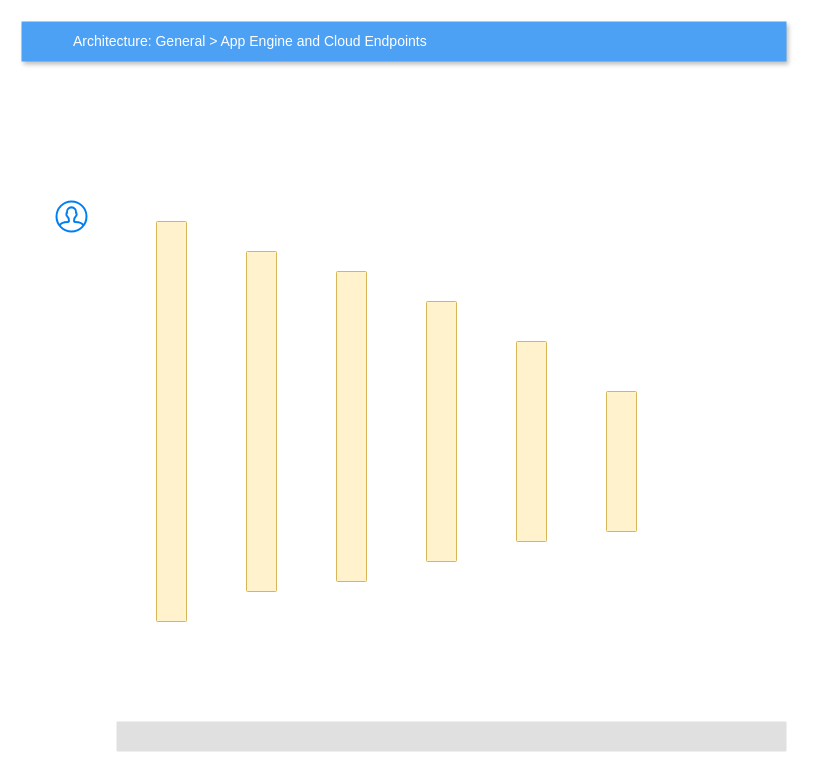
Above: Untitled Diagram.drawio in Roy123-jpg/Roy_code1 (draw.io), before the change. Source tidied: cells renumbered, new cells numbered last; positions are measured from the earlier drawing's top-left corner, leaving out a move shared by most shapes. Both pictures are drawn from the tidied source at 100%, with x=0, y=0 at pixel (21, 21).
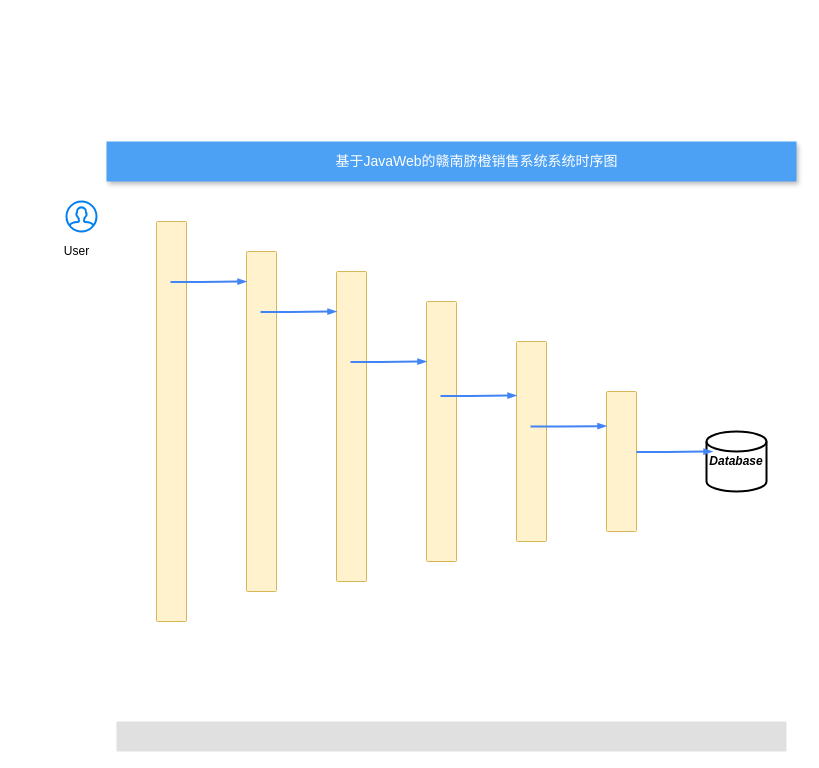
The same page after the edit.

Diff of the diagram source:
```diff
@@
-    <mxCell id="2" value="Architecture: General &amp;gt; App Engine and Cloud Endpoints" style="fillColor=#4DA1F5;strokeColor=none;shadow=1;gradientColor=none;fontSize=14;align=left;spacingLeft=50;fontColor=#ffffff;html=1;" parent="1" vertex="1">
-      <mxGeometry width="765" height="40" as="geometry" />
+    <mxCell id="2" value="基于JavaWeb的赣南脐橙销售系统系统时序图" style="fillColor=#4DA1F5;strokeColor=none;shadow=1;gradientColor=none;fontSize=14;align=center;spacingLeft=50;fontColor=#ffffff;html=1;" parent="1" vertex="1">
+      <mxGeometry x="85" y="120" width="690" height="40" as="geometry" />
     </mxCell>
@@
-    <mxCell id="10" style="html=1;verticalLabelPosition=bottom;align=center;labelBackgroundColor=#ffffff;verticalAlign=top;strokeWidth=2;strokeColor=#0080F0;shadow=0;dashed=0;shape=mxgraph.ios7.icons.user;" parent="1" vertex="1">
-      <mxGeometry x="35" y="180" width="30" height="30" as="geometry" />
+    <mxCell id="10" style="html=1;verticalLabelPosition=bottom;align=center;labelBackgroundColor=#ffffff;verticalAlign=top;strokeWidth=2;strokeColor=#0080F0;shadow=0;dashed=0;shape=mxgraph.ios7.icons.user;fontStyle=0;" parent="1" vertex="1">
+      <mxGeometry x="45" y="180" width="30" height="30" as="geometry" />
     </mxCell>
+    <mxCell id="11" value="&lt;b&gt;&lt;i&gt;Database&lt;/i&gt;&lt;/b&gt;" style="strokeWidth=2;html=1;shape=mxgraph.flowchart.database;whiteSpace=wrap;" parent="1" vertex="1">
+      <mxGeometry x="685" y="410" width="60" height="60" as="geometry" />
+    </mxCell>
+    <mxCell id="12" style="edgeStyle=orthogonalEdgeStyle;fontSize=12;html=1;endArrow=blockThin;endFill=1;rounded=0;strokeWidth=2;endSize=4;startSize=4;dashed=0;strokeColor=#4284F3;entryX=-0.133;entryY=0.037;entryDx=0;entryDy=0;entryPerimeter=0;" parent="1" edge="1">
+      <mxGeometry relative="1" as="geometry">
+        <mxPoint x="149" y="260.4" as="sourcePoint" />
+        <mxPoint x="225" y="260" as="targetPoint" />
+        <Array as="points">
+          <mxPoint x="179" y="260.4" />
+        </Array>
+      </mxGeometry>
+    </mxCell>
+    <mxCell id="13" style="edgeStyle=orthogonalEdgeStyle;fontSize=12;html=1;endArrow=blockThin;endFill=1;rounded=0;strokeWidth=2;endSize=4;startSize=4;dashed=0;strokeColor=#4284F3;entryX=-0.133;entryY=0.037;entryDx=0;entryDy=0;entryPerimeter=0;" parent="1" edge="1">
+      <mxGeometry relative="1" as="geometry">
+        <mxPoint x="239" y="290.4" as="sourcePoint" />
+        <mxPoint x="315" y="290" as="targetPoint" />
+        <Array as="points">
+          <mxPoint x="269" y="290.4" />
+        </Array>
+      </mxGeometry>
+    </mxCell>
+    <mxCell id="14" style="edgeStyle=orthogonalEdgeStyle;fontSize=12;html=1;endArrow=blockThin;endFill=1;rounded=0;strokeWidth=2;endSize=4;startSize=4;dashed=0;strokeColor=#4284F3;entryX=-0.133;entryY=0.037;entryDx=0;entryDy=0;entryPerimeter=0;" parent="1" edge="1">
+      <mxGeometry relative="1" as="geometry">
+        <mxPoint x="329" y="340.4" as="sourcePoint" />
+        <mxPoint x="405" y="340" as="targetPoint" />
+        <Array as="points">
+          <mxPoint x="359" y="340.4" />
+        </Array>
+      </mxGeometry>
+    </mxCell>
+    <mxCell id="15" style="edgeStyle=orthogonalEdgeStyle;fontSize=12;html=1;endArrow=blockThin;endFill=1;rounded=0;strokeWidth=2;endSize=4;startSize=4;dashed=0;strokeColor=#4284F3;entryX=-0.133;entryY=0.037;entryDx=0;entryDy=0;entryPerimeter=0;" parent="1" edge="1">
+      <mxGeometry relative="1" as="geometry">
+        <mxPoint x="419" y="374.4" as="sourcePoint" />
+        <mxPoint x="495" y="374" as="targetPoint" />
+        <Array as="points">
+          <mxPoint x="449" y="374.4" />
+        </Array>
+      </mxGeometry>
+    </mxCell>
+    <mxCell id="16" style="edgeStyle=orthogonalEdgeStyle;fontSize=12;html=1;endArrow=blockThin;endFill=1;rounded=0;strokeWidth=2;endSize=4;startSize=4;dashed=0;strokeColor=#4284F3;entryX=-0.133;entryY=0.037;entryDx=0;entryDy=0;entryPerimeter=0;" parent="1" edge="1">
+      <mxGeometry relative="1" as="geometry">
+        <mxPoint x="509" y="405" as="sourcePoint" />
+        <mxPoint x="585" y="404.6" as="targetPoint" />
+        <Array as="points">
+          <mxPoint x="539" y="405" />
+        </Array>
+      </mxGeometry>
+    </mxCell>
+    <mxCell id="17" style="edgeStyle=orthogonalEdgeStyle;fontSize=12;html=1;endArrow=blockThin;endFill=1;rounded=0;strokeWidth=2;endSize=4;startSize=4;dashed=0;strokeColor=#4284F3;entryX=-0.133;entryY=0.037;entryDx=0;entryDy=0;entryPerimeter=0;" parent="1" edge="1">
+      <mxGeometry relative="1" as="geometry">
+        <mxPoint x="615" y="430.4" as="sourcePoint" />
+        <mxPoint x="691" y="430" as="targetPoint" />
+        <Array as="points">
+          <mxPoint x="645" y="430.4" />
+        </Array>
+      </mxGeometry>
+    </mxCell>
+    <mxCell id="18" value="User" style="text;html=1;align=center;verticalAlign=middle;strokeColor=none;fillColor=none;" parent="1" vertex="1">
+      <mxGeometry x="35" y="220" width="40" height="20" as="geometry" />
+    </mxCell>
```
